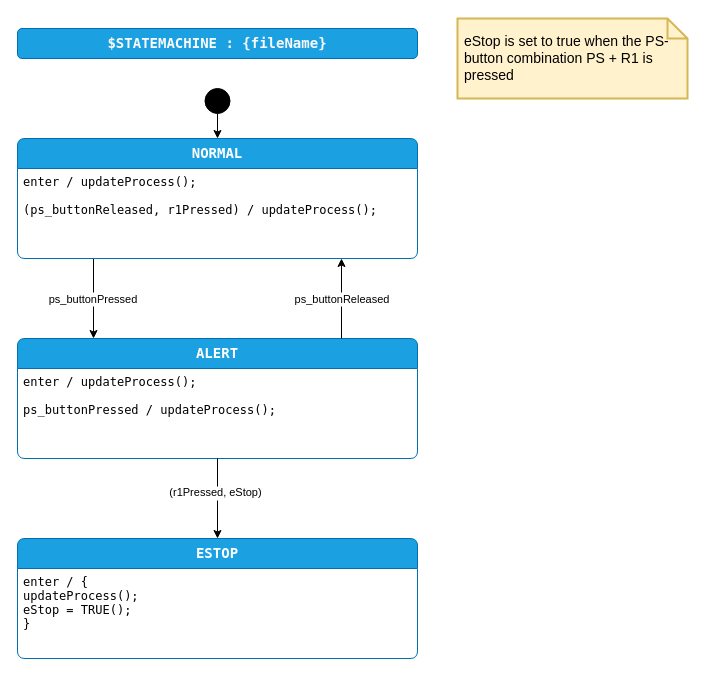
The draw.io diagram page "design" (1 of 3) of ss/Sm_Estop_Generated.drawio in mp-deboer/LegoTank, before the edit. Source tidied: cells renumbered, new cells numbered last; positions are measured from the earlier drawing's top-left corner, leaving out a move shared by most shapes. Both pictures are drawn from the tidied source at 100%, with x=0, y=0 at pixel (17, 18).
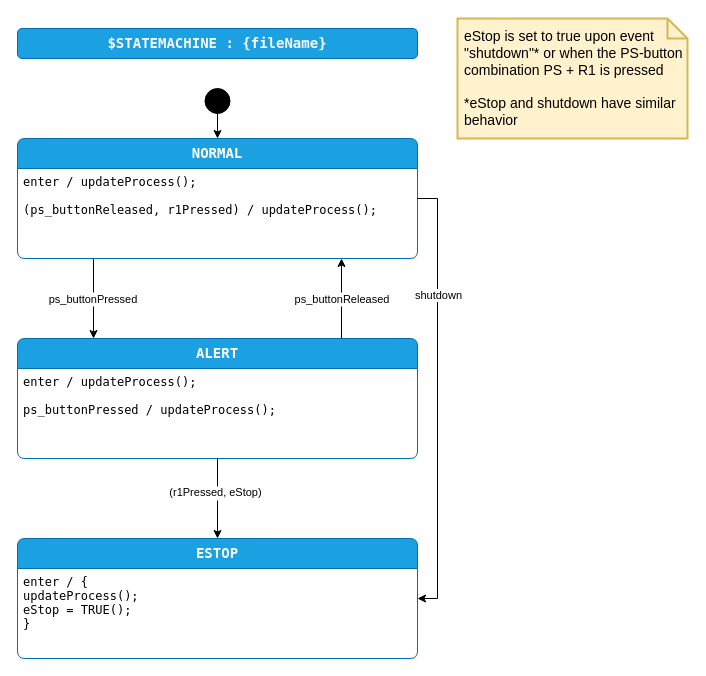
Above is the later version.

What changed in the source:
```diff
@@
 <mxGraphModel>
   <root>
     <mxCell id="0" />
     <mxCell id="1" parent="0" />
     <mxCell id="2" style="rounded=0;jettySize=auto;exitX=0.5;exitY=1;exitDx=0;exitDy=0;" parent="1" edge="1" source="3" target="5">
       <mxGeometry relative="1" as="geometry" />
     </mxCell>
     <mxCell id="3" value="$initial_state" style="shape=ellipse;fillColor=#000000;noLabel=1;" parent="1" vertex="1">
       <mxGeometry x="187.5" y="70" width="25" height="25" as="geometry" />
     </mxCell>
     <mxCell id="4" value="ps_buttonPressed" style="edgeStyle=orthogonalEdgeStyle;rounded=0;jettySize=auto;exitX=0.19;exitY=1;exitDx=0;exitDy=0;exitPerimeter=0;entryX=0.19;entryY=0;entryDx=0;entryDy=0;entryPerimeter=0;" parent="1" edge="1" source="5" target="7">
       <mxGeometry relative="1" as="geometry" />
     </mxCell>
     <mxCell id="5" value="NORMAL" style="shape=swimlane;align=center;verticalAlign=top;fontFamily=Lucida Console;startSize=30;fontSize=14;fontStyle=1;fontColor=#ffffff;fillColor=#1ba1e2;swimlaneFillColor=default;rounded=1;arcSize=15;absoluteArcSize=1;points=[[0,0,0,0,0],[0,0.06,0,0,0],[0,0.13,0,0,0],[0,0.19,0,0,0],[0,0.25,0,0,0],[0,0.31,0,0,0],[0,0.38,0,0,0],[0,0.44,0,0,0],[0,0.5,0,0,0],[0,0.56,0,0,0],[0,0.63,0,0,0],[0,0.69,0,0,0],[0,0.75,0,0,0],[0,0.81,0,0,0],[0,0.88,0,0,0],[0,0.94,0,0,0],[0,1,0,0,0],[0.06,0,0,0,0],[0.06,1,0,0,0],[0.13,0,0,0,0],[0.13,1,0,0,0],[0.19,0,0,0,0],[0.19,1,0,0,0],[0.25,0,0,0,0],[0.25,1,0,0,0],[0.31,0,0,0,0],[0.31,1,0,0,0],[0.38,0,0,0,0],[0.38,1,0,0,0],[0.44,0,0,0,0],[0.44,1,0,0,0],[0.5,0,0,0,0],[0.5,1,0,0,0],[0.56,0,0,0,0],[0.56,1,0,0,0],[0.63,0,0,0,0],[0.63,1,0,0,0],[0.69,0,0,0,0],[0.69,1,0,0,0],[0.75,0,0,0,0],[0.75,1,0,0,0],[0.81,0,0,0,0],[0.81,1,0,0,0],[0.88,0,0,0,0],[0.88,1,0,0,0],[0.94,0,0,0,0],[0.94,1,0,0,0],[1,0,0,0,0],[1,0.06,0,0,0],[1,0.13,0,0,0],[1,0.19,0,0,0],[1,0.25,0,0,0],[1,0.31,0,0,0],[1,0.38,0,0,0],[1,0.44,0,0,0],[1,0.5,0,0,0],[1,0.56,0,0,0],[1,0.63,0,0,0],[1,0.69,0,0,0],[1,0.75,0,0,0],[1,0.81,0,0,0],[1,0.88,0,0,0],[1,0.94,0,0,0],[1,1,0,0,0]];strokeColor=#006EAF;" parent="1" vertex="1">
       <mxGeometry y="120" width="400" height="120" as="geometry" />
     </mxCell>
     <mxCell id="6" value="enter / updateProcess();&#10;&#10;(ps_buttonReleased, r1Pressed) / updateProcess();" style="fontFamily=Lucida Console;align=left;verticalAlign=top;fillColor=none;gradientColor=none;strokeColor=none;rounded=0;spacingLeft=4;" parent="5" vertex="1">
       <mxGeometry y="30" width="380" height="60" as="geometry" />
     </mxCell>
     <mxCell id="7" value="ALERT" style="shape=swimlane;align=center;verticalAlign=top;fontFamily=Lucida Console;startSize=30;fontSize=14;fontStyle=1;fontColor=#ffffff;fillColor=#1ba1e2;swimlaneFillColor=default;rounded=1;arcSize=15;absoluteArcSize=1;points=[[0,0,0,0,0],[0,0.06,0,0,0],[0,0.13,0,0,0],[0,0.19,0,0,0],[0,0.25,0,0,0],[0,0.31,0,0,0],[0,0.38,0,0,0],[0,0.44,0,0,0],[0,0.5,0,0,0],[0,0.56,0,0,0],[0,0.63,0,0,0],[0,0.69,0,0,0],[0,0.75,0,0,0],[0,0.81,0,0,0],[0,0.88,0,0,0],[0,0.94,0,0,0],[0,1,0,0,0],[0.06,0,0,0,0],[0.06,1,0,0,0],[0.13,0,0,0,0],[0.13,1,0,0,0],[0.19,0,0,0,0],[0.19,1,0,0,0],[0.25,0,0,0,0],[0.25,1,0,0,0],[0.31,0,0,0,0],[0.31,1,0,0,0],[0.38,0,0,0,0],[0.38,1,0,0,0],[0.44,0,0,0,0],[0.44,1,0,0,0],[0.5,0,0,0,0],[0.5,1,0,0,0],[0.56,0,0,0,0],[0.56,1,0,0,0],[0.63,0,0,0,0],[0.63,1,0,0,0],[0.69,0,0,0,0],[0.69,1,0,0,0],[0.75,0,0,0,0],[0.75,1,0,0,0],[0.81,0,0,0,0],[0.81,1,0,0,0],[0.88,0,0,0,0],[0.88,1,0,0,0],[0.94,0,0,0,0],[0.94,1,0,0,0],[1,0,0,0,0],[1,0.06,0,0,0],[1,0.13,0,0,0],[1,0.19,0,0,0],[1,0.25,0,0,0],[1,0.31,0,0,0],[1,0.38,0,0,0],[1,0.44,0,0,0],[1,0.5,0,0,0],[1,0.56,0,0,0],[1,0.63,0,0,0],[1,0.69,0,0,0],[1,0.75,0,0,0],[1,0.81,0,0,0],[1,0.88,0,0,0],[1,0.94,0,0,0],[1,1,0,0,0]];strokeColor=#006EAF;" parent="1" vertex="1">
       <mxGeometry y="320" width="400" height="120" as="geometry" />
     </mxCell>
     <mxCell id="8" value="enter / updateProcess();&#10;&#10;ps_buttonPressed / updateProcess();" style="fontFamily=Lucida Console;align=left;verticalAlign=top;fillColor=none;gradientColor=none;strokeColor=none;rounded=0;spacingLeft=4;" parent="7" vertex="1">
       <mxGeometry y="30" width="280" height="60" as="geometry" />
     </mxCell>
     <mxCell id="9" value="ps_buttonReleased" style="edgeStyle=orthogonalEdgeStyle;rounded=0;jettySize=auto;exitX=0.81;exitY=0;exitDx=0;exitDy=0;exitPerimeter=0;entryX=0.81;entryY=1;entryDx=0;entryDy=0;entryPerimeter=0;align=center;" parent="1" edge="1" source="7" target="5">
       <mxGeometry y="-1" relative="1" as="geometry" />
     </mxCell>
     <mxCell id="10" value="&lt;span style=&quot;color: rgb(250, 250, 250); font-family: &amp;quot;Lucida Console&amp;quot;; font-size: 14px; font-weight: 700; text-wrap-mode: nowrap;&quot;&gt;$STATEMACHINE : {fileName}&lt;/span&gt;" style="rounded=1;whiteSpace=wrap;html=1;fillColor=#1ba1e2;fontColor=#ffffff;strokeColor=#006EAF;" parent="1" vertex="1">
       <mxGeometry y="10" width="400" height="30" as="geometry" />
     </mxCell>
     <mxCell id="11" value="ESTOP" style="shape=swimlane;align=center;verticalAlign=top;fontFamily=Lucida Console;startSize=30;fontSize=14;fontStyle=1;fontColor=#ffffff;fillColor=#1ba1e2;swimlaneFillColor=default;rounded=1;arcSize=15;absoluteArcSize=1;points=[[0,0,0,0,0],[0,0.06,0,0,0],[0,0.13,0,0,0],[0,0.19,0,0,0],[0,0.25,0,0,0],[0,0.31,0,0,0],[0,0.38,0,0,0],[0,0.44,0,0,0],[0,0.5,0,0,0],[0,0.56,0,0,0],[0,0.63,0,0,0],[0,0.69,0,0,0],[0,0.75,0,0,0],[0,0.81,0,0,0],[0,0.88,0,0,0],[0,0.94,0,0,0],[0,1,0,0,0],[0.06,0,0,0,0],[0.06,1,0,0,0],[0.13,0,0,0,0],[0.13,1,0,0,0],[0.19,0,0,0,0],[0.19,1,0,0,0],[0.25,0,0,0,0],[0.25,1,0,0,0],[0.31,0,0,0,0],[0.31,1,0,0,0],[0.38,0,0,0,0],[0.38,1,0,0,0],[0.44,0,0,0,0],[0.44,1,0,0,0],[0.5,0,0,0,0],[0.5,1,0,0,0],[0.56,0,0,0,0],[0.56,1,0,0,0],[0.63,0,0,0,0],[0.63,1,0,0,0],[0.69,0,0,0,0],[0.69,1,0,0,0],[0.75,0,0,0,0],[0.75,1,0,0,0],[0.81,0,0,0,0],[0.81,1,0,0,0],[0.88,0,0,0,0],[0.88,1,0,0,0],[0.94,0,0,0,0],[0.94,1,0,0,0],[1,0,0,0,0],[1,0.06,0,0,0],[1,0.13,0,0,0],[1,0.19,0,0,0],[1,0.25,0,0,0],[1,0.31,0,0,0],[1,0.38,0,0,0],[1,0.44,0,0,0],[1,0.5,0,0,0],[1,0.56,0,0,0],[1,0.63,0,0,0],[1,0.69,0,0,0],[1,0.75,0,0,0],[1,0.81,0,0,0],[1,0.88,0,0,0],[1,0.94,0,0,0],[1,1,0,0,0]];strokeColor=#006EAF;" parent="1" vertex="1">
       <mxGeometry y="520" width="400" height="120" as="geometry" />
     </mxCell>
     <mxCell id="12" value="enter / {&#10;updateProcess();&#10;eStop = TRUE();&#10;}" style="fontFamily=Lucida Console;align=left;verticalAlign=top;fillColor=none;gradientColor=none;strokeColor=none;rounded=0;spacingLeft=4;" parent="11" vertex="1">
       <mxGeometry y="30" width="140" height="70" as="geometry" />
     </mxCell>
     <mxCell id="13" style="edgeStyle=orthogonalEdgeStyle;rounded=0;jettySize=auto;html=1;exitX=0.5;exitY=1;exitDx=0;exitDy=0;exitPerimeter=0;entryX=0.5;entryY=0;entryDx=0;entryDy=0;entryPerimeter=0;" parent="1" edge="1" source="7" target="11">
       <mxGeometry relative="1" as="geometry" />
     </mxCell>
     <mxCell id="14" value="(r1Pressed, eStop)" style="edgeLabel;align=center;verticalAlign=middle;" parent="13" vertex="1">
       <mxGeometry x="-0.17" y="-2" relative="1" as="geometry" />
     </mxCell>
+    <mxCell id="16" style="edgeStyle=orthogonalEdgeStyle;rounded=0;jettySize=auto;html=1;entryX=1;entryY=0.5;entryDx=0;entryDy=0;entryPerimeter=0;exitX=1;exitY=0.5;exitDx=0;exitDy=0;exitPerimeter=0;" parent="1" edge="1" source="5" target="11">
+      <mxGeometry relative="1" as="geometry" />
+    </mxCell>
+    <mxCell id="17" value="shutdown" style="edgeLabel;html=1;align=center;verticalAlign=middle;" parent="16" vertex="1">
+      <mxGeometry x="-0.22" y="3" relative="1" as="geometry">
+        <mxPoint x="-3" y="-56" as="offset" />
+      </mxGeometry>
+    </mxCell>
-    <mxCell id="15" value="eStop is set to true when the PS-button combination PS + R1 is pressed" style="shape=note;strokeWidth=2;fontSize=14;size=20;fillColor=#fff2cc;strokeColor=#d6b656;fontColor=light-dark(#000000,#000000);align=left;spacingLeft=5;labelBorderColor=none;labelBackgroundColor=none;whiteSpace=wrap;" parent="1" vertex="1">
-      <mxGeometry x="440" width="230" height="80" as="geometry" />
+    <mxCell id="15" value="eStop is set to true upon event &quot;shutdown&quot;* or when the PS-button combination PS + R1 is pressed&#10;&#10;*eStop and shutdown have similar behavior" style="shape=note;strokeWidth=2;fontSize=14;size=20;fillColor=#fff2cc;strokeColor=#d6b656;fontColor=light-dark(#000000,#000000);align=left;spacingLeft=5;labelBorderColor=none;labelBackgroundColor=none;whiteSpace=wrap;" parent="1" vertex="1">
+      <mxGeometry x="440" width="230" height="120" as="geometry" />
     </mxCell>
   </root>
 </mxGraphModel>
```
